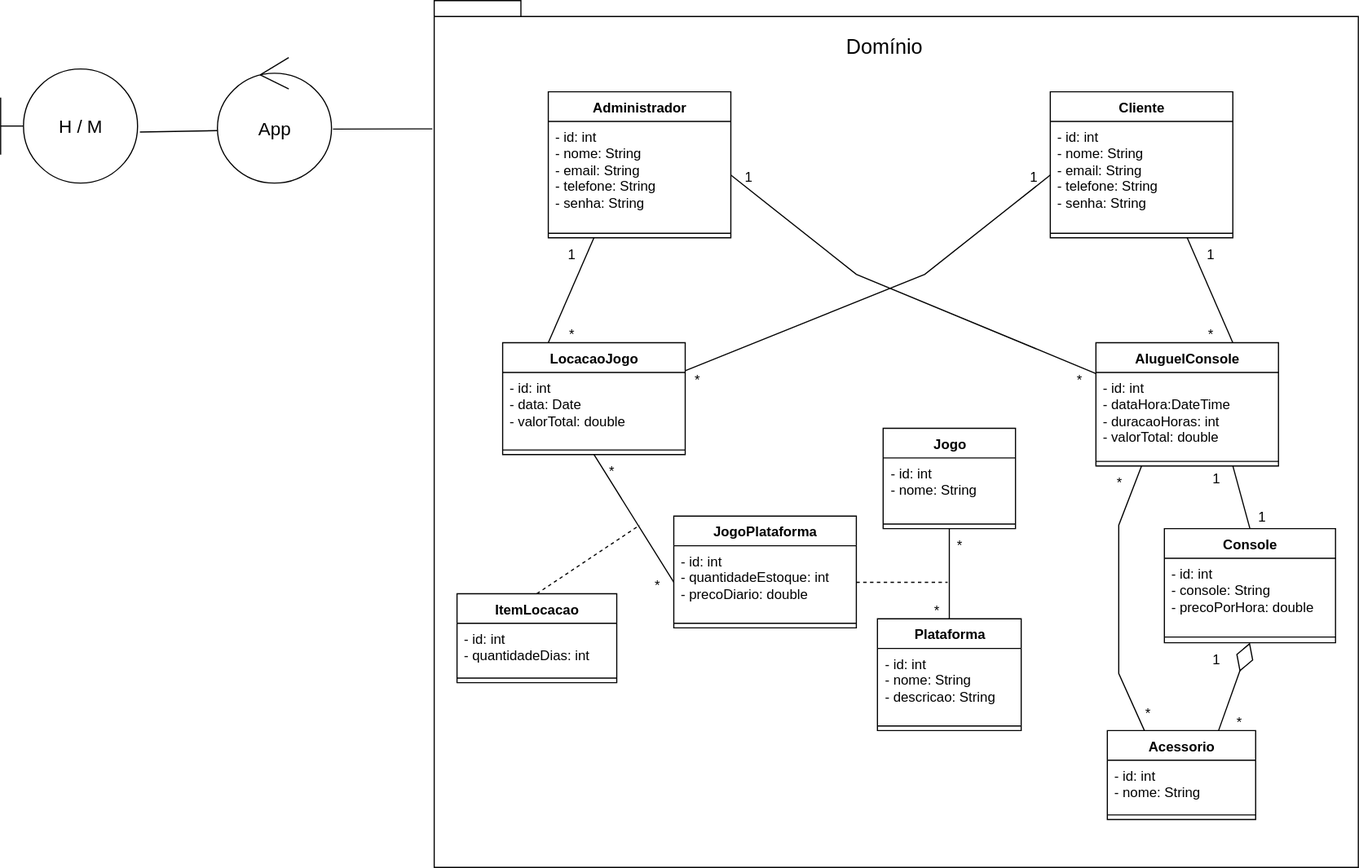
Before: diagrama/diagramaPOO.svg, a diagram exported from draw.io (pedrovalete/sistema-locadora-poo). Source tidied: cells renumbered, new cells last; positions are measured from the earlier drawing's top-left corner, leaving out a move shared by most shapes.
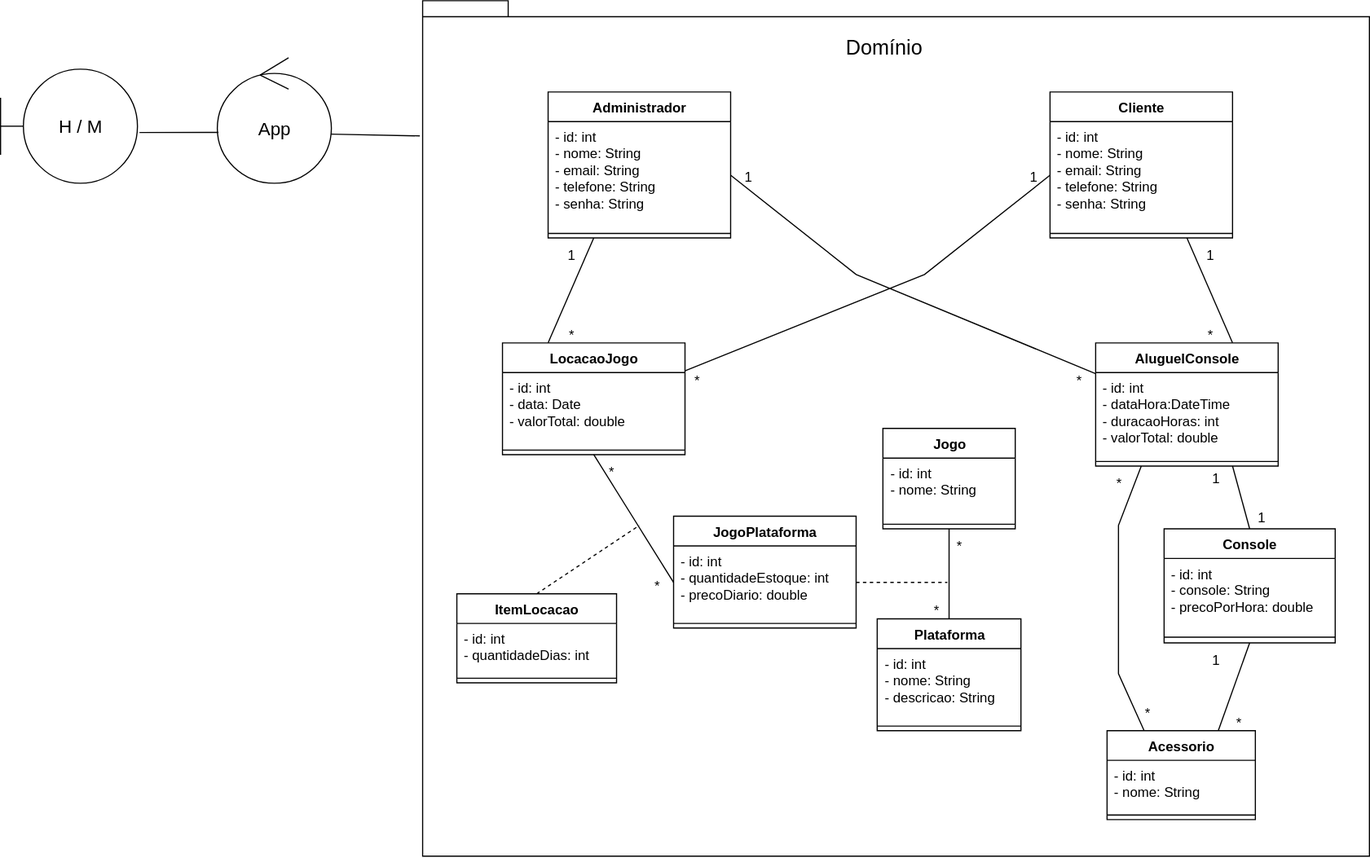
After the commit.

Commit message:
Nova atualização no diagrama

Diff of the diagram source:
```diff
@@ -131,9 +131,6 @@
     <mxCell id="40" style="endArrow=none;html=1;rounded=0;entryX=0.75;entryY=1;entryDx=0;entryDy=0;exitX=0.5;exitY=0;exitDx=0;exitDy=0;" parent="1" edge="1" source="11" target="26">
       <mxGeometry relative="1" as="geometry" />
     </mxCell>
-    <mxCell id="41" style="endArrow=diamondThin;endFill=0;endSize=24;html=1;rounded=0;entryX=0.5;entryY=1;entryDx=0;entryDy=0;exitX=0.75;exitY=0;exitDx=0;exitDy=0;" parent="1" edge="1" source="29" target="11">
-      <mxGeometry relative="1" as="geometry" />
-    </mxCell>
     <mxCell id="42" style="endArrow=none;html=1;rounded=0;entryX=0.25;entryY=1;entryDx=0;entryDy=0;exitX=0.25;exitY=0;exitDx=0;exitDy=0;" parent="1" edge="1" source="29" target="26">
       <mxGeometry relative="1" as="geometry">
         <Array as="points">
@@ -197,9 +194,6 @@
     <mxCell id="60" value="*" style="text;html=1;align=center;verticalAlign=middle;strokeColor=none;fillColor=none;" parent="1" vertex="1">
       <mxGeometry x="1070" y="618" width="30" height="30" as="geometry" />
     </mxCell>
-    <mxCell id="61" style="shape=folder;fontStyle=1;spacingTop=10;tabWidth=40;tabHeight=14;tabPosition=left;html=1;whiteSpace=wrap;fillColor=none;" parent="1" vertex="1">
-      <mxGeometry x="380" width="810" height="760" as="geometry" />
-    </mxCell>
     <mxCell id="62" value="&lt;font style=&quot;font-size: 18px;&quot;&gt;Domínio&lt;/font&gt;" style="text;html=1;align=center;verticalAlign=middle;strokeColor=none;fillColor=none;fontSize=20;" parent="1" vertex="1">
       <mxGeometry x="729" y="20" width="90" height="40" as="geometry" />
     </mxCell>
@@ -209,10 +203,16 @@
     <mxCell id="64" value="&lt;font style=&quot;font-size: 16px;&quot;&gt;H / M&lt;/font&gt;" style="shape=umlBoundary;whiteSpace=wrap;html=1;" parent="1" vertex="1">
       <mxGeometry y="60" width="120" height="100" as="geometry" />
     </mxCell>
-    <mxCell id="65" style="endArrow=none;html=1;rounded=0;exitX=1.013;exitY=0.57;exitDx=0;exitDy=0;exitPerimeter=0;entryX=-0.002;entryY=0.148;entryDx=0;entryDy=0;entryPerimeter=0;" parent="1" edge="1" source="63" target="61">
-      <mxGeometry relative="1" as="geometry" />
-    </mxCell>
+    <mxCell id="41" style="endArrow=none;html=1;rounded=0;entryX=0.5;entryY=1;entryDx=0;entryDy=0;exitX=0.75;exitY=0;exitDx=0;exitDy=0;" parent="1" edge="1" source="29" target="11">
+      <mxGeometry relative="1" as="geometry" />
+    </mxCell>
+    <mxCell id="67" style="shape=folder;fontStyle=1;spacingTop=10;tabWidth=40;tabHeight=14;tabPosition=left;html=1;whiteSpace=wrap;fillColor=none;" parent="1" vertex="1">
+      <mxGeometry x="370" width="830" height="750" as="geometry" />
+    </mxCell>
+    <mxCell id="68" style="endArrow=none;html=1;rounded=0;exitX=0.995;exitY=0.609;exitDx=0;exitDy=0;exitPerimeter=0;entryX=-0.003;entryY=0.158;entryDx=0;entryDy=0;entryPerimeter=0;" parent="1" edge="1" source="63" target="67">
+      <mxGeometry relative="1" as="geometry" />
+    </mxCell>
-    <mxCell id="66" style="endArrow=none;html=1;rounded=0;entryX=0;entryY=0.582;entryDx=0;entryDy=0;entryPerimeter=0;exitX=1.017;exitY=0.553;exitDx=0;exitDy=0;exitPerimeter=0;" parent="1" edge="1" source="64" target="63">
+    <mxCell id="66" style="endArrow=none;html=1;rounded=0;exitX=1.015;exitY=0.555;exitDx=0;exitDy=0;exitPerimeter=0;entryX=0.01;entryY=0.595;entryDx=0;entryDy=0;entryPerimeter=0;" parent="1" edge="1" source="64" target="63">
       <mxGeometry relative="1" as="geometry" />
     </mxCell>
   </root>
```
